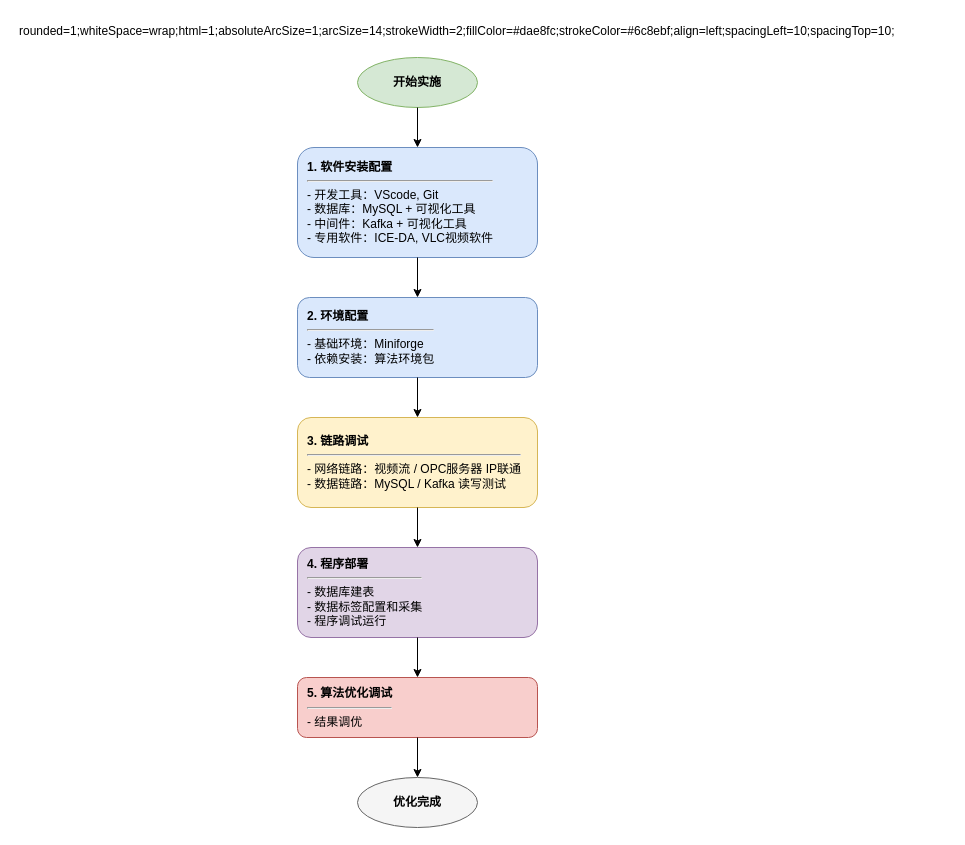
This is 实施优化图.drawio from 729973389/picture, a draw.io file, before an edit. Source tidied: cells renumbered, new cells numbered last; positions are measured from the earlier drawing's top-left corner, leaving out a move shared by most shapes. Both pictures are drawn from the tidied source at 100%, with x=0, y=0 at pixel (17, 17).
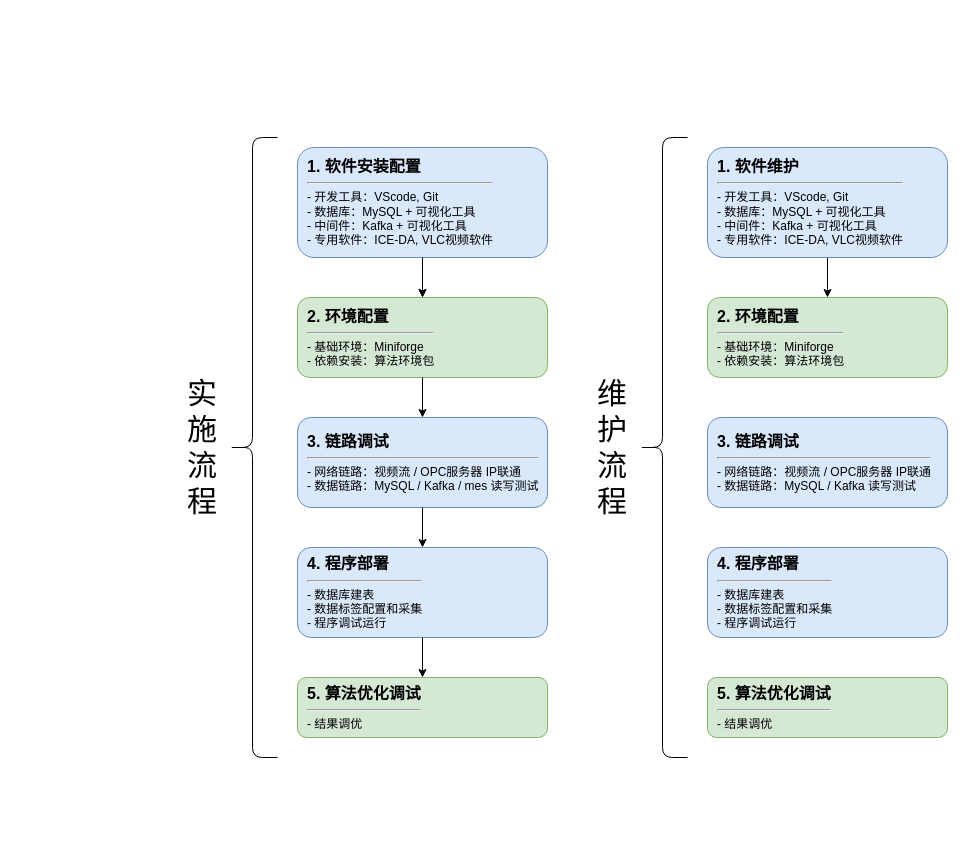
The same page after the edit.

Commit message:
更新实施优化图.drawio

The edit, as a diff of the source:
```diff
@@
-    <mxCell id="2" value="rounded=1;whiteSpace=wrap;html=1;absoluteArcSize=1;arcSize=14;strokeWidth=2;fillColor=#dae8fc;strokeColor=#6c8ebf;align=left;spacingLeft=10;spacingTop=10;" style="text;" parent="1" vertex="1">
-      <mxGeometry as="geometry" />
-    </mxCell>
-    <mxCell id="3" value="开始实施" style="ellipse;whiteSpace=wrap;html=1;fillColor=#d5e8d4;strokeColor=#82b366;fontStyle=1;" parent="1" vertex="1">
-      <mxGeometry x="340" y="40" width="120" height="50" as="geometry" />
-    </mxCell>
-    <mxCell id="4" style="edgeStyle=orthogonalEdgeStyle;rounded=0;jettySize=auto;html=1;" parent="1" edge="1" source="3" target="5">
-      <mxGeometry relative="1" as="geometry" />
-    </mxCell>
+    <mxCell id="16" style="edgeStyle=orthogonalEdgeStyle;rounded=0;jettySize=auto;html=1;" parent="1" edge="1" source="5" target="7">
+      <mxGeometry relative="1" as="geometry" />
+    </mxCell>
-    <mxCell id="5" value="&lt;b&gt;1. 软件安装配置&lt;/b&gt;&lt;br&gt;&lt;hr&gt;- 开发工具：VScode, Git&lt;br&gt;- 数据库：MySQL + 可视化工具&lt;br&gt;- 中间件：Kafka + 可视化工具&lt;br&gt;- 专用软件：ICE-DA, VLC视频软件" style="rounded=1;whiteSpace=wrap;html=1;align=left;spacing=10;fillColor=#dae8fc;strokeColor=#6c8ebf;" parent="1" vertex="1">
-      <mxGeometry x="280" y="130" width="240" height="110" as="geometry" />
+    <mxCell id="5" value="&lt;b&gt;&lt;font style=&quot;font-size: 16px;&quot;&gt;1. 软件安装配置&lt;/font&gt;&lt;/b&gt;&lt;br&gt;&lt;hr&gt;- 开发工具：VScode, Git&lt;br&gt;- 数据库：MySQL + 可视化工具&lt;br&gt;- 中间件：Kafka + 可视化工具&lt;br&gt;- 专用软件：ICE-DA, VLC视频软件" style="rounded=1;whiteSpace=wrap;html=1;align=left;spacing=10;fillColor=#dae8fc;strokeColor=#6c8ebf;" parent="1" vertex="1">
+      <mxGeometry x="280" y="130" width="250" height="110" as="geometry" />
     </mxCell>
@@
-    <mxCell id="7" value="&lt;b&gt;2. 环境配置&lt;/b&gt;&lt;br&gt;&lt;hr&gt;- 基础环境：Miniforge&lt;br&gt;- 依赖安装：算法环境包" style="rounded=1;whiteSpace=wrap;html=1;align=left;spacing=10;fillColor=#dae8fc;strokeColor=#6c8ebf;" parent="1" vertex="1">
-      <mxGeometry x="280" y="280" width="240" height="80" as="geometry" />
+    <mxCell id="7" value="&lt;b&gt;&lt;font style=&quot;font-size: 16px;&quot;&gt;2. 环境配置&lt;/font&gt;&lt;/b&gt;&lt;br&gt;&lt;hr&gt;- 基础环境：Miniforge&lt;br&gt;- 依赖安装：算法环境包" style="rounded=1;whiteSpace=wrap;html=1;align=left;spacing=10;fillColor=#d5e8d4;strokeColor=#82b366;" parent="1" vertex="1">
+      <mxGeometry x="280" y="280" width="250" height="80" as="geometry" />
     </mxCell>
@@
-    <mxCell id="9" value="&lt;b&gt;3. 链路调试&lt;/b&gt;&lt;br&gt;&lt;hr&gt;- 网络链路：视频流 / OPC服务器 IP联通&lt;br&gt;- 数据链路：MySQL / Kafka 读写测试" style="rounded=1;whiteSpace=wrap;html=1;align=left;spacing=10;fillColor=#fff2cc;strokeColor=#d6b656;" parent="1" vertex="1">
-      <mxGeometry x="280" y="400" width="240" height="90" as="geometry" />
+    <mxCell id="9" value="&lt;b&gt;&lt;font style=&quot;font-size: 16px;&quot;&gt;3. 链路调试&lt;/font&gt;&lt;/b&gt;&lt;br&gt;&lt;hr&gt;- 网络链路：视频流 / OPC服务器 IP联通&lt;br&gt;- 数据链路：MySQL / Kafka / mes 读写测试" style="rounded=1;whiteSpace=wrap;html=1;align=left;spacing=10;fillColor=#dae8fc;strokeColor=#6c8ebf;" parent="1" vertex="1">
+      <mxGeometry x="280" y="400" width="250" height="90" as="geometry" />
     </mxCell>
@@
-    <mxCell id="11" value="&lt;b&gt;4. 程序部署&lt;/b&gt;&lt;br&gt;&lt;hr&gt;- 数据库建表&lt;br&gt;- 数据标签配置和采集&lt;br&gt;- 程序调试运行" style="rounded=1;whiteSpace=wrap;html=1;align=left;spacing=10;fillColor=#e1d5e7;strokeColor=#9673a6;" parent="1" vertex="1">
-      <mxGeometry x="280" y="530" width="240" height="90" as="geometry" />
+    <mxCell id="11" value="&lt;b&gt;&lt;font style=&quot;font-size: 16px;&quot;&gt;4. 程序部署&lt;/font&gt;&lt;/b&gt;&lt;br&gt;&lt;hr&gt;- 数据库建表&lt;br&gt;- 数据标签配置和采集&lt;br&gt;- 程序调试运行" style="rounded=1;whiteSpace=wrap;html=1;align=left;spacing=10;fillColor=#dae8fc;strokeColor=#6c8ebf;" parent="1" vertex="1">
+      <mxGeometry x="280" y="530" width="250" height="90" as="geometry" />
     </mxCell>
@@
-    <mxCell id="13" value="&lt;b&gt;5. 算法优化调试&lt;/b&gt;&lt;br&gt;&lt;hr&gt;- 结果调优" style="rounded=1;whiteSpace=wrap;html=1;align=left;spacing=10;fillColor=#f8cecc;strokeColor=#b85450;" parent="1" vertex="1">
-      <mxGeometry x="280" y="660" width="240" height="60" as="geometry" />
+    <mxCell id="13" value="&lt;b&gt;&lt;font style=&quot;font-size: 16px;&quot;&gt;5. 算法优化调试&lt;/font&gt;&lt;/b&gt;&lt;br&gt;&lt;hr&gt;- 结果调优" style="rounded=1;whiteSpace=wrap;html=1;align=left;spacing=10;fillColor=#d5e8d4;strokeColor=#82b366;" parent="1" vertex="1">
+      <mxGeometry x="280" y="660" width="250" height="60" as="geometry" />
     </mxCell>
-    <mxCell id="14" style="edgeStyle=orthogonalEdgeStyle;rounded=0;jettySize=auto;html=1;" parent="1" edge="1" source="13" target="15">
-      <mxGeometry relative="1" as="geometry" />
-    </mxCell>
-    <mxCell id="15" value="优化完成" style="ellipse;whiteSpace=wrap;html=1;fillColor=#f5f5f5;strokeColor=#666666;fontStyle=1;" parent="1" vertex="1">
-      <mxGeometry x="340" y="760" width="120" height="50" as="geometry" />
-    </mxCell>
+    <mxCell id="17" style="shape=curlyBracket;whiteSpace=wrap;html=1;rounded=1;labelPosition=left;verticalLabelPosition=middle;align=right;verticalAlign=middle;" parent="1" vertex="1">
+      <mxGeometry x="210" y="120" width="50" height="620" as="geometry" />
+    </mxCell>
+    <mxCell id="18" value="&lt;font style=&quot;font-size: 30px;&quot;&gt;实施流程&lt;/font&gt;" style="text;html=1;whiteSpace=wrap;strokeColor=none;fillColor=none;align=center;verticalAlign=middle;rounded=0;" parent="1" vertex="1">
+      <mxGeometry x="170" y="345" width="30" height="170" as="geometry" />
+    </mxCell>
+    <mxCell id="19" style="edgeStyle=orthogonalEdgeStyle;rounded=0;jettySize=auto;html=1;" parent="1" edge="1" source="20" target="21">
+      <mxGeometry relative="1" as="geometry" />
+    </mxCell>
+    <mxCell id="20" value="&lt;b&gt;&lt;font style=&quot;font-size: 16px;&quot;&gt;1. 软件维护&lt;/font&gt;&lt;/b&gt;&lt;br&gt;&lt;hr&gt;- 开发工具：VScode, Git&lt;br&gt;- 数据库：MySQL + 可视化工具&lt;br&gt;- 中间件：Kafka + 可视化工具&lt;br&gt;- 专用软件：ICE-DA, VLC视频软件" style="rounded=1;whiteSpace=wrap;html=1;align=left;spacing=10;fillColor=#dae8fc;strokeColor=#6c8ebf;" parent="1" vertex="1">
+      <mxGeometry x="690" y="130" width="240" height="110" as="geometry" />
+    </mxCell>
+    <mxCell id="21" value="&lt;b&gt;&lt;font style=&quot;font-size: 16px;&quot;&gt;2. 环境配置&lt;/font&gt;&lt;/b&gt;&lt;br&gt;&lt;hr&gt;- 基础环境：Miniforge&lt;br&gt;- 依赖安装：算法环境包" style="rounded=1;whiteSpace=wrap;html=1;align=left;spacing=10;fillColor=#d5e8d4;strokeColor=#82b366;" parent="1" vertex="1">
+      <mxGeometry x="690" y="280" width="240" height="80" as="geometry" />
+    </mxCell>
+    <mxCell id="22" value="&lt;b&gt;&lt;font style=&quot;font-size: 16px;&quot;&gt;3. 链路调试&lt;/font&gt;&lt;/b&gt;&lt;br&gt;&lt;hr&gt;- 网络链路：视频流 / OPC服务器 IP联通&lt;br&gt;- 数据链路：MySQL / Kafka 读写测试" style="rounded=1;whiteSpace=wrap;html=1;align=left;spacing=10;fillColor=#dae8fc;strokeColor=#6c8ebf;" parent="1" vertex="1">
+      <mxGeometry x="690" y="400" width="240" height="90" as="geometry" />
+    </mxCell>
+    <mxCell id="23" value="&lt;b&gt;&lt;font style=&quot;font-size: 16px;&quot;&gt;4. 程序部署&lt;/font&gt;&lt;/b&gt;&lt;br&gt;&lt;hr&gt;- 数据库建表&lt;br&gt;- 数据标签配置和采集&lt;br&gt;- 程序调试运行" style="rounded=1;whiteSpace=wrap;html=1;align=left;spacing=10;fillColor=#dae8fc;strokeColor=#6c8ebf;" parent="1" vertex="1">
+      <mxGeometry x="690" y="530" width="240" height="90" as="geometry" />
+    </mxCell>
+    <mxCell id="24" value="&lt;b&gt;&lt;font style=&quot;font-size: 16px;&quot;&gt;5. 算法优化调试&lt;/font&gt;&lt;/b&gt;&lt;br&gt;&lt;hr&gt;- 结果调优" style="rounded=1;whiteSpace=wrap;html=1;align=left;spacing=10;fillColor=#d5e8d4;strokeColor=#82b366;" parent="1" vertex="1">
+      <mxGeometry x="690" y="660" width="240" height="60" as="geometry" />
+    </mxCell>
+    <mxCell id="25" style="shape=curlyBracket;whiteSpace=wrap;html=1;rounded=1;labelPosition=left;verticalLabelPosition=middle;align=right;verticalAlign=middle;" parent="1" vertex="1">
+      <mxGeometry x="620" y="120" width="50" height="620" as="geometry" />
+    </mxCell>
+    <mxCell id="26" value="&lt;font style=&quot;font-size: 30px;&quot;&gt;维护流程&lt;/font&gt;" style="text;html=1;whiteSpace=wrap;strokeColor=none;fillColor=none;align=center;verticalAlign=middle;rounded=0;" parent="1" vertex="1">
+      <mxGeometry x="580" y="345" width="30" height="170" as="geometry" />
+    </mxCell>
```
